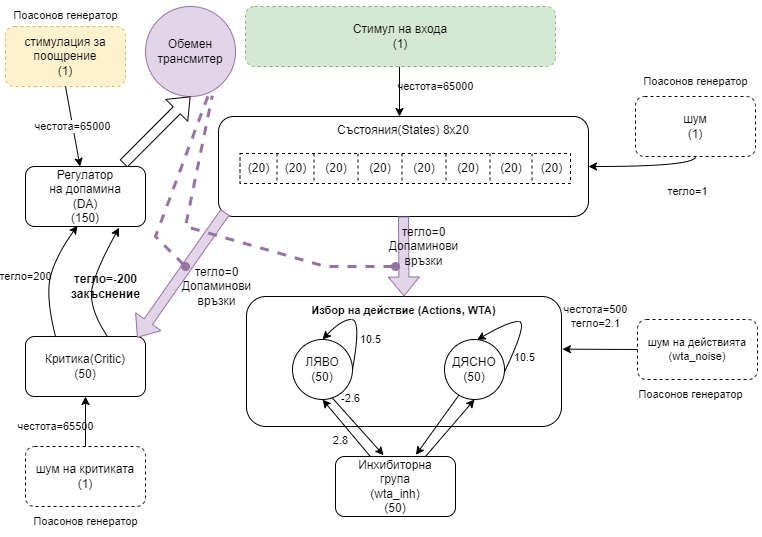
This is doc/variant2_snn_architecture_bg.drawio.png from borkox/uni-sofia-masters-project, a draw.io export, as it was before one commit. Source tidied: cells renumbered, new cells last; positions are measured from the earlier drawing's top-left corner, leaving out a move shared by most shapes.
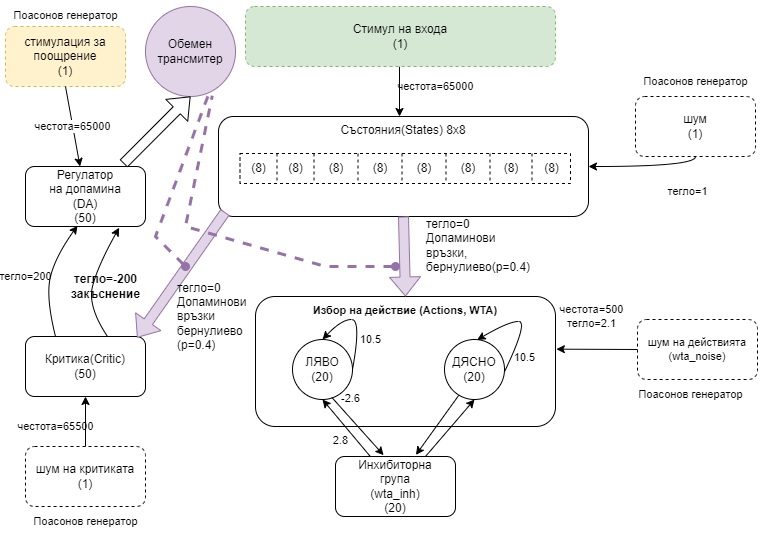
After the commit.

What changed in the source:
```diff
@@ -2,7 +2,7 @@
   <root>
     <mxCell id="0" />
     <mxCell id="1" parent="0" />
-    <mxCell id="2" value="Състояния(States) 8х20" style="rounded=1;whiteSpace=wrap;html=1;verticalAlign=top;" parent="1" vertex="1">
+    <mxCell id="2" value="Състояния(States) 8х8" style="rounded=1;whiteSpace=wrap;html=1;verticalAlign=top;" parent="1" vertex="1">
       <mxGeometry x="218" y="116" width="370" height="100" as="geometry" />
     </mxCell>
     <mxCell id="3" style="shape=table;html=1;whiteSpace=wrap;startSize=0;swimlaneLine=1;dashed=1;" parent="1" vertex="1">
@@ -11,28 +11,28 @@
     <mxCell id="4" style="shape=tableRow;horizontal=0;startSize=0;swimlaneHead=0;swimlaneBody=0;top=0;left=0;bottom=0;right=0;fillColor=none;" parent="3" vertex="1">
       <mxGeometry width="330.5" height="30" as="geometry" />
     </mxCell>
-    <mxCell id="5" value="(20)" style="shape=partialRectangle;html=1;whiteSpace=wrap;fillColor=none;top=0;left=0;bottom=0;right=0;overflow=hidden;" parent="4" vertex="1">
+    <mxCell id="5" value="(8)" style="shape=partialRectangle;html=1;whiteSpace=wrap;fillColor=none;top=0;left=0;bottom=0;right=0;overflow=hidden;" parent="4" vertex="1">
       <mxGeometry width="37" height="30" as="geometry" />
     </mxCell>
-    <mxCell id="6" value="(20)" style="shape=partialRectangle;html=1;whiteSpace=wrap;fillColor=none;top=0;left=0;bottom=0;right=0;overflow=hidden;" parent="4" vertex="1">
+    <mxCell id="6" value="(8)" style="shape=partialRectangle;html=1;whiteSpace=wrap;fillColor=none;top=0;left=0;bottom=0;right=0;overflow=hidden;" parent="4" vertex="1">
       <mxGeometry x="37" width="37" height="30" as="geometry" />
     </mxCell>
-    <mxCell id="7" value="(20)" style="shape=partialRectangle;html=1;whiteSpace=wrap;fillColor=none;top=0;left=0;bottom=0;right=0;overflow=hidden;" parent="4" vertex="1">
+    <mxCell id="7" value="(8)" style="shape=partialRectangle;html=1;whiteSpace=wrap;fillColor=none;top=0;left=0;bottom=0;right=0;overflow=hidden;" parent="4" vertex="1">
       <mxGeometry x="74" width="44" height="30" as="geometry" />
     </mxCell>
-    <mxCell id="8" value="(20)" style="shape=partialRectangle;html=1;whiteSpace=wrap;fillColor=none;top=0;left=0;bottom=0;right=0;overflow=hidden;" parent="4" vertex="1">
+    <mxCell id="8" value="(8)" style="shape=partialRectangle;html=1;whiteSpace=wrap;fillColor=none;top=0;left=0;bottom=0;right=0;overflow=hidden;" parent="4" vertex="1">
       <mxGeometry x="118" width="44" height="30" as="geometry" />
     </mxCell>
-    <mxCell id="9" value="(20)" style="shape=partialRectangle;html=1;whiteSpace=wrap;fillColor=none;top=0;left=0;bottom=0;right=0;overflow=hidden;" parent="4" vertex="1">
+    <mxCell id="9" value="(8)" style="shape=partialRectangle;html=1;whiteSpace=wrap;fillColor=none;top=0;left=0;bottom=0;right=0;overflow=hidden;" parent="4" vertex="1">
       <mxGeometry x="162" width="44" height="30" as="geometry" />
     </mxCell>
-    <mxCell id="10" value="(20)" style="shape=partialRectangle;html=1;whiteSpace=wrap;fillColor=none;top=0;left=0;bottom=0;right=0;overflow=hidden;" parent="4" vertex="1">
+    <mxCell id="10" value="(8)" style="shape=partialRectangle;html=1;whiteSpace=wrap;fillColor=none;top=0;left=0;bottom=0;right=0;overflow=hidden;" parent="4" vertex="1">
       <mxGeometry x="206" width="44" height="30" as="geometry" />
     </mxCell>
-    <mxCell id="11" value="(20)" style="shape=partialRectangle;html=1;whiteSpace=wrap;fillColor=none;top=0;left=0;bottom=0;right=0;overflow=hidden;" parent="4" vertex="1">
+    <mxCell id="11" value="(8)" style="shape=partialRectangle;html=1;whiteSpace=wrap;fillColor=none;top=0;left=0;bottom=0;right=0;overflow=hidden;" parent="4" vertex="1">
       <mxGeometry x="250" width="42" height="30" as="geometry" />
     </mxCell>
-    <mxCell id="12" value="(20)" style="shape=partialRectangle;html=1;whiteSpace=wrap;fillColor=none;top=0;left=0;bottom=0;right=0;overflow=hidden;" parent="4" vertex="1">
+    <mxCell id="12" value="(8)" style="shape=partialRectangle;html=1;whiteSpace=wrap;fillColor=none;top=0;left=0;bottom=0;right=0;overflow=hidden;" parent="4" vertex="1">
       <mxGeometry x="292" width="39" height="30" as="geometry" />
     </mxCell>
     <mxCell id="13" value="шум&lt;br&gt;(1)" style="rounded=1;whiteSpace=wrap;html=1;dashed=1;" parent="1" vertex="1">
@@ -50,7 +50,7 @@
     <mxCell id="16" value="стимулация за поощрение&lt;br&gt;(1)" style="rounded=1;whiteSpace=wrap;html=1;dashed=1;fillColor=#fff2cc;strokeColor=#d6b656;" parent="1" vertex="1">
       <mxGeometry x="5" y="26" width="120" height="60" as="geometry" />
     </mxCell>
-    <mxCell id="17" value="Регулатор&lt;br&gt;на допамина&lt;br&gt;(DA)&lt;br&gt;(150)" style="rounded=1;whiteSpace=wrap;html=1;" parent="1" vertex="1">
+    <mxCell id="17" value="Регулатор&lt;br&gt;на допамина&lt;br&gt;(DA)&lt;br&gt;(50)" style="rounded=1;whiteSpace=wrap;html=1;" parent="1" vertex="1">
       <mxGeometry x="25" y="166" width="120" height="60" as="geometry" />
     </mxCell>
     <mxCell id="18" value="Обемен трансмитер" style="ellipse;whiteSpace=wrap;html=1;fillColor=#e1d5e7;strokeColor=#9673a6;" parent="1" vertex="1">
@@ -63,12 +63,12 @@
       <mxGeometry x="25" y="446" width="120" height="60" as="geometry" />
     </mxCell>
     <mxCell id="21" value="&lt;font size=&quot;1&quot; style=&quot;&quot;&gt;&lt;b style=&quot;font-size: 11px;&quot;&gt;Избор на действие (Actions, WTA)&lt;/b&gt;&lt;/font&gt;" style="rounded=1;whiteSpace=wrap;html=1;verticalAlign=top;" parent="1" vertex="1">
-      <mxGeometry x="246" y="296" width="315" height="130" as="geometry" />
+      <mxGeometry x="255" y="296" width="300" height="130" as="geometry" />
     </mxCell>
-    <mxCell id="22" value="ЛЯВО&lt;br&gt;(50)" style="ellipse;whiteSpace=wrap;html=1;verticalAlign=middle;" parent="1" vertex="1">
+    <mxCell id="22" value="ЛЯВО&lt;br&gt;(20)" style="ellipse;whiteSpace=wrap;html=1;verticalAlign=middle;" parent="1" vertex="1">
       <mxGeometry x="292" y="339" width="60" height="60" as="geometry" />
     </mxCell>
-    <mxCell id="23" value="ДЯСНО&lt;br&gt;(50)" style="ellipse;whiteSpace=wrap;html=1;verticalAlign=middle;" parent="1" vertex="1">
+    <mxCell id="23" value="ДЯСНО&lt;br&gt;(20)" style="ellipse;whiteSpace=wrap;html=1;verticalAlign=middle;" parent="1" vertex="1">
       <mxGeometry x="444" y="339" width="60" height="60" as="geometry" />
     </mxCell>
     <mxCell id="24" style="curved=1;endArrow=classic;html=1;rounded=0;exitX=1;exitY=0.5;exitDx=0;exitDy=0;entryX=0.5;entryY=0;entryDx=0;entryDy=0;" parent="1" edge="1" source="22" target="22">
@@ -97,7 +97,7 @@
         <mxPoint x="5" y="20" as="offset" />
       </mxGeometry>
     </mxCell>
-    <mxCell id="28" value="Инхибиторна &lt;br&gt;група&lt;br&gt;(wta_inh)&lt;br&gt;(50)" style="rounded=1;whiteSpace=wrap;html=1;" parent="1" vertex="1">
+    <mxCell id="28" value="Инхибиторна &lt;br&gt;група&lt;br&gt;(wta_inh)&lt;br&gt;(20)" style="rounded=1;whiteSpace=wrap;html=1;" parent="1" vertex="1">
       <mxGeometry x="335" y="456" width="120" height="60" as="geometry" />
     </mxCell>
     <mxCell id="29" value="2.8" style="endArrow=classic;html=1;rounded=0;entryX=0.5;entryY=1;entryDx=0;entryDy=0;labelBackgroundColor=none;" parent="1" edge="1" source="28" target="22">
@@ -146,11 +146,11 @@
         </Array>
       </mxGeometry>
     </mxCell>
-    <mxCell id="39" value="тегло=0&lt;br&gt;Допаминови&lt;br&gt;връзки" style="shape=flexArrow;endArrow=classic;html=1;rounded=0;fontSize=12;entryX=0.5;entryY=0;entryDx=0;entryDy=0;fillColor=#e1d5e7;strokeColor=#9673a6;labelBackgroundColor=none;exitX=0.5;exitY=1;exitDx=0;exitDy=0;" parent="1" edge="1" source="2" target="21">
+    <mxCell id="39" value="тегло=0&lt;br&gt;Допаминови&lt;br&gt;връзки,&lt;br&gt;&lt;div style=&quot;&quot;&gt;бернулиево(p=0.4)&lt;/div&gt;" style="shape=flexArrow;endArrow=classic;html=1;rounded=0;fontSize=12;entryX=0.5;entryY=0;entryDx=0;entryDy=0;fillColor=#e1d5e7;strokeColor=#9673a6;labelBackgroundColor=none;exitX=0.5;exitY=1;exitDx=0;exitDy=0;align=left;" parent="1" edge="1" source="2" target="21">
       <mxGeometry x="-0.25" y="20" relative="1" as="geometry" />
     </mxCell>
-    <mxCell id="40" value="тегло=0&lt;br&gt;Допаминови&lt;br&gt;връзки" style="shape=flexArrow;endArrow=classic;html=1;rounded=0;fontSize=12;fillColor=#e1d5e7;strokeColor=#9673a6;exitX=0.018;exitY=0.956;exitDx=0;exitDy=0;exitPerimeter=0;labelBackgroundColor=none;entryX=0.93;entryY=0.02;entryDx=0;entryDy=0;entryPerimeter=0;" parent="1" edge="1" source="2" target="19">
-      <mxGeometry x="-0.14" y="36" relative="1" as="geometry" />
+    <mxCell id="40" value="тегло=0&lt;br&gt;Допаминови&lt;br&gt;връзки&lt;br&gt;бернулиево&lt;br&gt;(p=0.4)" style="shape=flexArrow;endArrow=classic;html=1;rounded=0;fontSize=12;fillColor=#e1d5e7;strokeColor=#9673a6;exitX=0.018;exitY=0.956;exitDx=0;exitDy=0;exitPerimeter=0;labelBackgroundColor=none;entryX=0.93;entryY=0.02;entryDx=0;entryDy=0;entryPerimeter=0;align=left;" parent="1" edge="1" source="2" target="19">
+      <mxGeometry x="0.49" y="19" relative="1" as="geometry" />
     </mxCell>
     <mxCell id="41" value="шум на действията&lt;br&gt;(wta_noise)" style="rounded=1;whiteSpace=wrap;html=1;fontSize=11;dashed=1;" parent="1" vertex="1">
       <mxGeometry x="637" y="319" width="120" height="60" as="geometry" />
```
